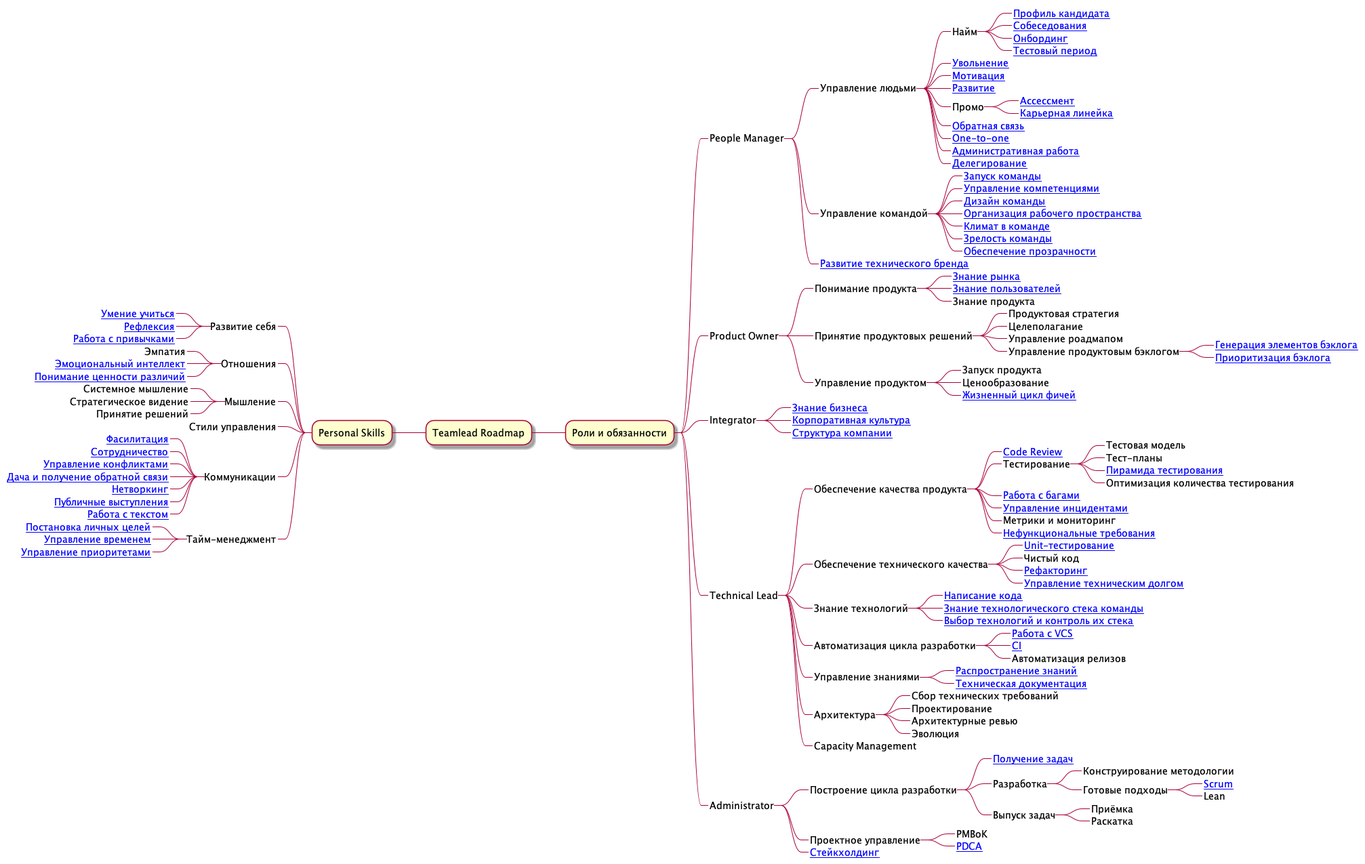
Earlier version of the PlantUML export roadmap.png (tlbootcamp/tlroadmap).
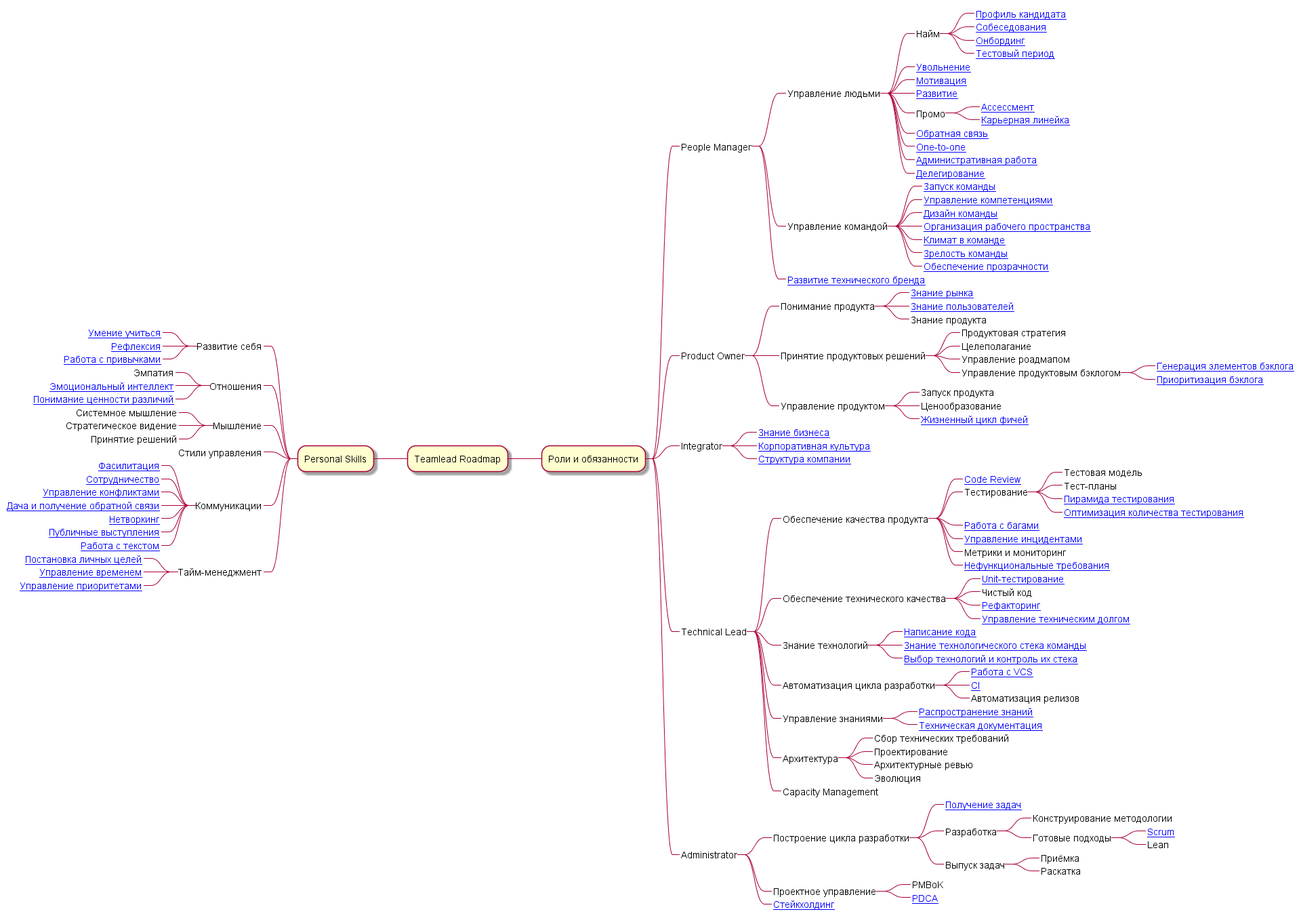
After the commit.

Change to the diagram source:
```diff
@@ -54,7 +54,7 @@
 ******_ Тестовая модель
 ******_ Тест-планы
 ******_ [[https://github.com/tlbootcamp/tlroadmap/blob/master/skills/technical-lead/test-pyramid.md Пирамида тестирования]]
-******_ Оптимизация количества тестирования
+******_ [[https://github.com/tlbootcamp/tlroadmap/blob/master/skills/technical-lead/optimisation-testing.md Оптимизация количества тестирования]]
 *****_ [[https://github.com/tlbootcamp/tlroadmap/blob/master/skills/technical-lead/bugs.md Работа с багами]]
 *****_ [[https://github.com/tlbootcamp/tlroadmap/blob/master/skills/technical-lead/incident-management.md Управление инцидентами]]
 *****_ Метрики и мониторинг
```
